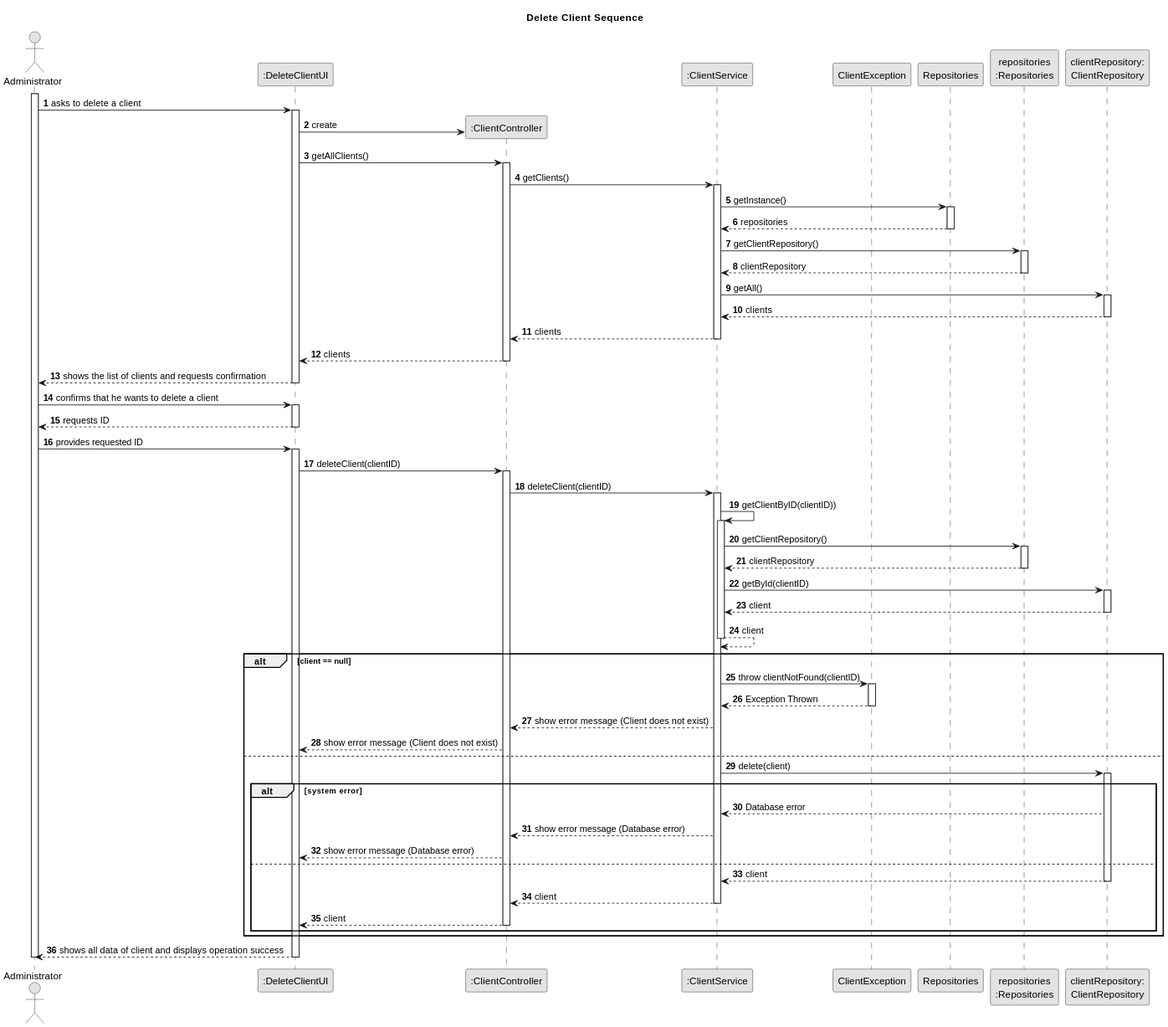
Above: documentation/user-stories/us002/03.design/svg/us002-sequence-diagram.svg in daniel41silva05/Production_Control_Industrial_ISEP (PlantUML), before the change.
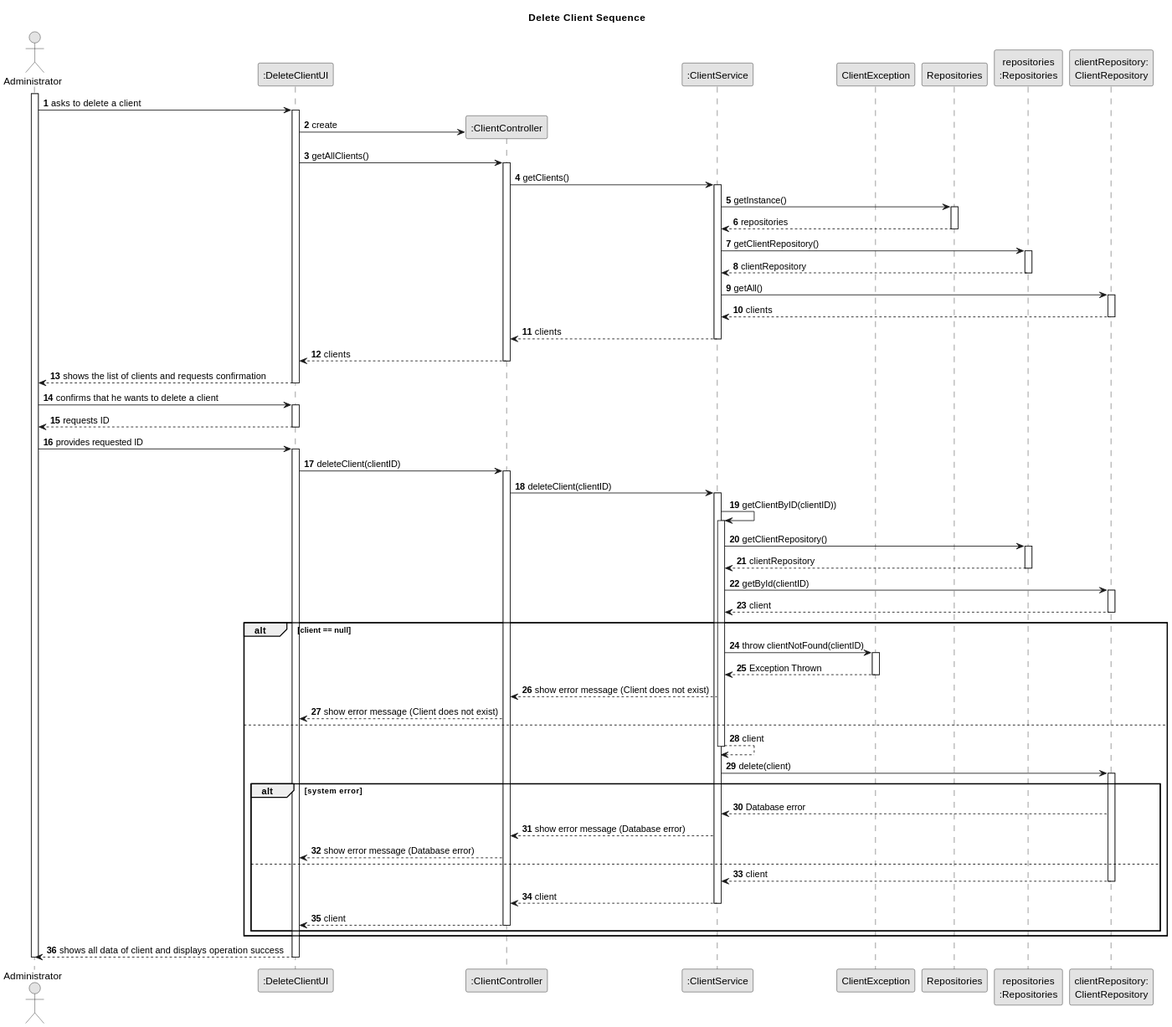
The same diagram one commit later.

The edit, as a diff of the source:
```diff
@@ -73,10 +73,6 @@
                 activate clientRepository
                 clientRepository --> SRV: client
                 deactivate clientRepository
-
-                SRV --> SRV: client
-                deactivate SRV
-
                 alt client == null
 
                     SRV -> EXC: throw clientNotFound(clientID)
@@ -87,6 +83,8 @@
 
                     CTRL --> UI: show error message (Client does not exist)
                 else
+                SRV --> SRV: client
+                deactivate SRV
 
                     SRV -> clientRepository: delete(client)
                     activate clientRepository
```
